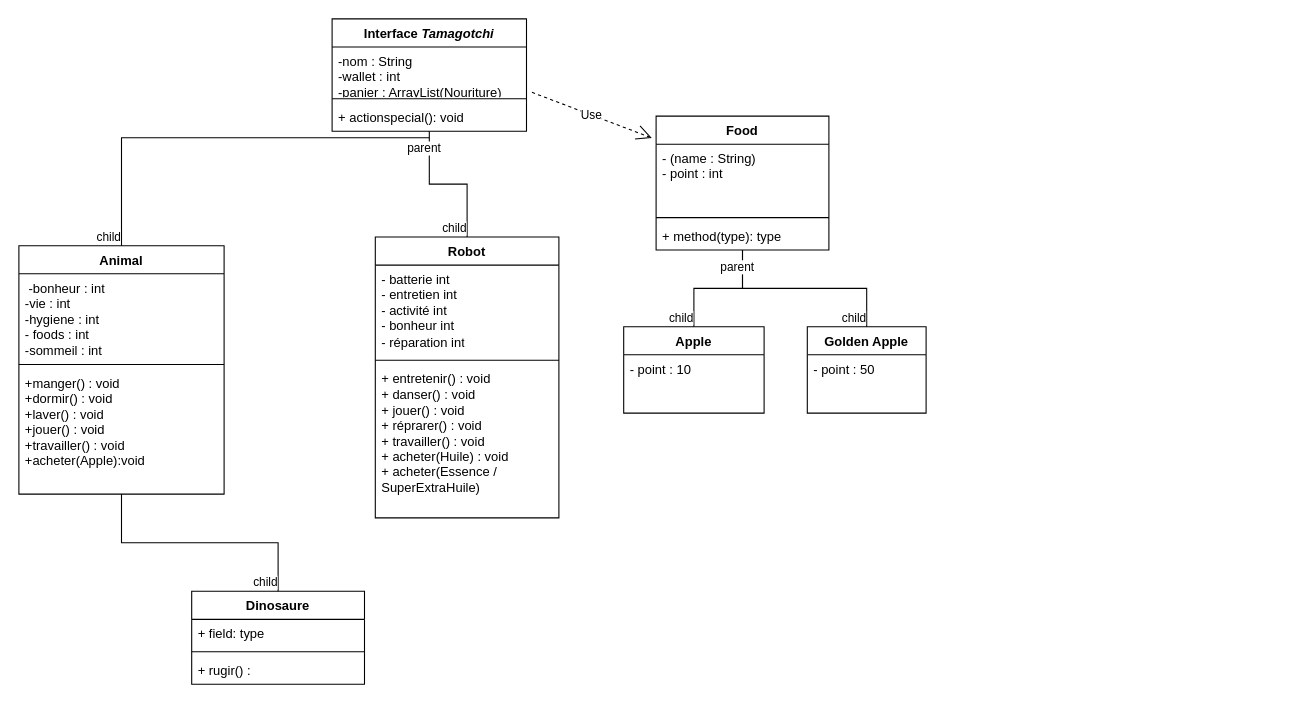
This is page "Page-2" (2 of 2) of Diagram.drawio from BMaurice56/Tamagotchi, a draw.io file, before an edit. Source tidied: cells renumbered, new cells numbered last; positions are measured from the earlier drawing's top-left corner, leaving out a move shared by most shapes. Both pictures are drawn from the tidied source at 108%, with x=0, y=0 at pixel (18, 18).
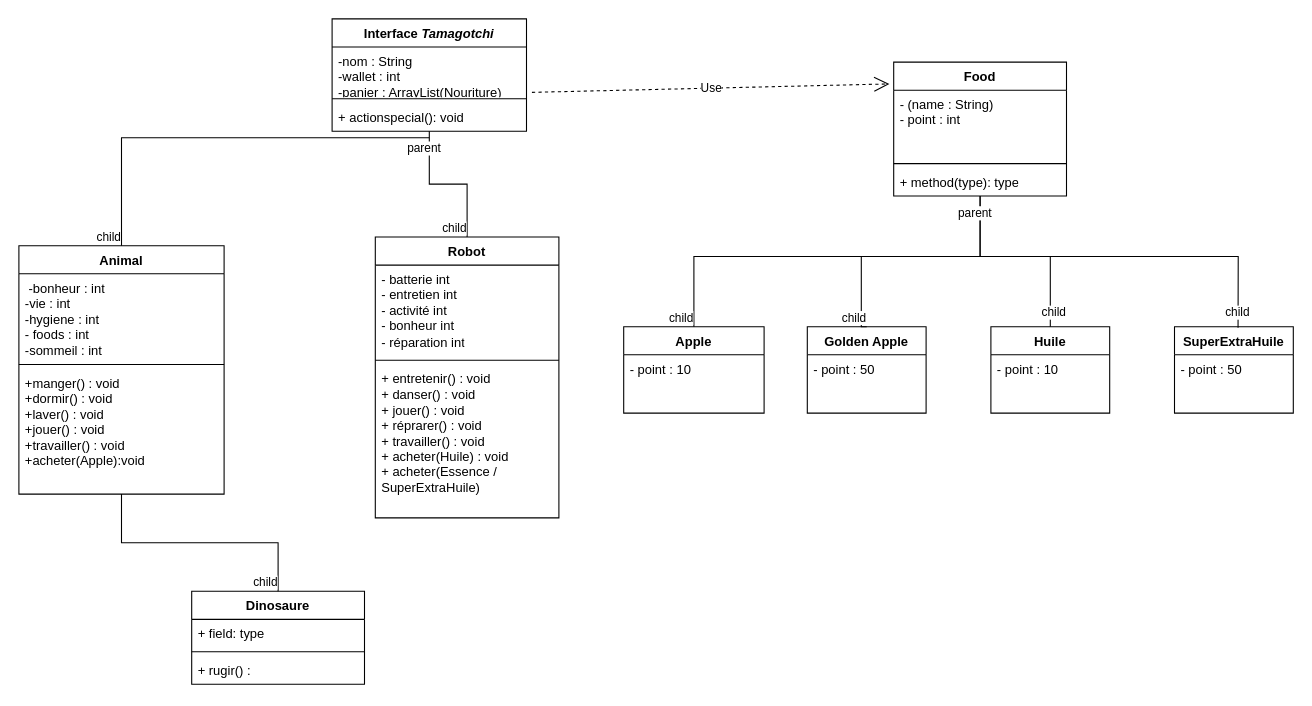
The same page after the edit.

Commit message:
Ajout nourriture

The change refers to these unchanged cells:
```xml
<mxCell id="30" value="Apple" style="swimlane;fontStyle=1;align=center;verticalAlign=top;horizontal=1;startSize=26;whiteSpace=wrap;html=1;" parent="1" vertex="1">
  <mxGeometry x="560" y="285" width="130" height="80" as="geometry" />
</mxCell>
<mxCell id="32" value="Golden Apple" style="swimlane;fontStyle=1;align=center;verticalAlign=top;horizontal=1;startSize=26;whiteSpace=wrap;html=1;" parent="1" vertex="1">
  <mxGeometry x="730" y="285" width="110" height="80" as="geometry" />
</mxCell>
```

The edit, as a diff of the source:
```diff
@@
     <mxCell id="25" value="Food" style="swimlane;fontStyle=1;align=center;verticalAlign=top;horizontal=1;startSize=26;whiteSpace=wrap;html=1;" parent="1" vertex="1">
-      <mxGeometry x="590" y="90" width="160" height="124" as="geometry" />
+      <mxGeometry x="810" y="40" width="160" height="124" as="geometry" />
     </mxCell>
@@
     <mxCell id="34" style="endArrow=none;html=1;edgeStyle=orthogonalEdgeStyle;rounded=0;exitX=0.5;exitY=1;exitDx=0;exitDy=0;entryX=0.5;entryY=0;entryDx=0;entryDy=0;" parent="1" edge="1" source="25" target="30">
-      <mxGeometry relative="1" as="geometry" />
+      <mxGeometry relative="1" as="geometry">
+        <Array as="points">
+          <mxPoint x="890" y="220" />
+          <mxPoint x="625" y="220" />
+        </Array>
+      </mxGeometry>
     </mxCell>
@@
     <mxCell id="37" style="endArrow=none;html=1;edgeStyle=orthogonalEdgeStyle;rounded=0;exitX=0.5;exitY=1;exitDx=0;exitDy=0;entryX=0.5;entryY=0;entryDx=0;entryDy=0;" parent="1" edge="1" source="25" target="32">
-      <mxGeometry relative="1" as="geometry" />
+      <mxGeometry relative="1" as="geometry">
+        <Array as="points">
+          <mxPoint x="890" y="220" />
+          <mxPoint x="780" y="220" />
+          <mxPoint x="780" y="285" />
+        </Array>
+      </mxGeometry>
     </mxCell>
@@
+    <mxCell id="40" value="Huile" style="swimlane;fontStyle=1;align=center;verticalAlign=top;horizontal=1;startSize=26;whiteSpace=wrap;html=1;" parent="1" vertex="1">
+      <mxGeometry x="900" y="285" width="110" height="80" as="geometry" />
+    </mxCell>
+    <mxCell id="41" value="- point : 10" style="text;strokeColor=none;fillColor=none;align=left;verticalAlign=top;spacingLeft=4;spacingRight=4;overflow=hidden;whiteSpace=wrap;html=1;" parent="40" vertex="1">
+      <mxGeometry y="26" width="110" height="54" as="geometry" />
+    </mxCell>
+    <mxCell id="42" value="SuperExtraHuile" style="swimlane;fontStyle=1;align=center;verticalAlign=top;horizontal=1;startSize=26;whiteSpace=wrap;html=1;" parent="1" vertex="1">
+      <mxGeometry x="1070" y="285" width="110" height="80" as="geometry" />
+    </mxCell>
+    <mxCell id="43" value="- point : 50" style="text;strokeColor=none;fillColor=none;align=left;verticalAlign=top;spacingLeft=4;spacingRight=4;overflow=hidden;whiteSpace=wrap;html=1;" parent="42" vertex="1">
+      <mxGeometry y="26" width="110" height="54" as="geometry" />
+    </mxCell>
+    <mxCell id="44" style="endArrow=none;html=1;rounded=0;entryX=0.5;entryY=0;entryDx=0;entryDy=0;" parent="1" edge="1" target="40">
+      <mxGeometry relative="1" as="geometry">
+        <mxPoint x="780" y="220" as="sourcePoint" />
+        <Array as="points">
+          <mxPoint x="955" y="220" />
+        </Array>
+      </mxGeometry>
+    </mxCell>
+    <mxCell id="45" style="endArrow=none;html=1;rounded=0;entryX=0.535;entryY=0.011;entryDx=0;entryDy=0;entryPerimeter=0;" parent="1" edge="1" target="42">
+      <mxGeometry relative="1" as="geometry">
+        <mxPoint x="950" y="220" as="sourcePoint" />
+        <Array as="points">
+          <mxPoint x="1129" y="220" />
+        </Array>
+      </mxGeometry>
+    </mxCell>
+    <mxCell id="46" value="child" style="edgeLabel;html=1;align=right;verticalAlign=bottom;" parent="1" vertex="1">
+      <mxGeometry x="970" y="280" as="geometry" />
+    </mxCell>
+    <mxCell id="47" value="child" style="edgeLabel;html=1;align=right;verticalAlign=bottom;" parent="1" vertex="1">
+      <mxGeometry x="1140" y="280" as="geometry" />
+    </mxCell>
```
